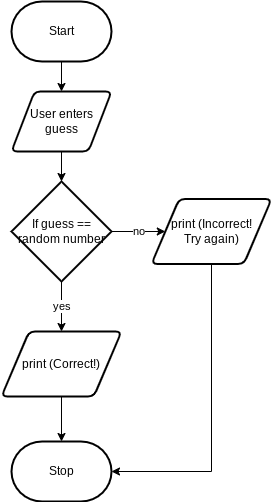
This is flowchart.png from joannesanthosh/ICS3U-Unit3-03-Python, a draw.io export, as it was before one commit. Source tidied: cells renumbered, new cells last; positions are measured from the earlier drawing's top-left corner, leaving out a move shared by most shapes.
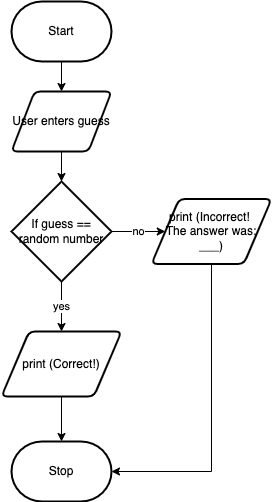
After the commit.

The edit, as a diff of the source:
```diff
@@ -26,7 +26,7 @@
     <mxCell id="9" style="edgeStyle=orthogonalEdgeStyle;html=1;exitX=0.5;exitY=1;exitDx=0;exitDy=0;entryX=1;entryY=0.5;entryDx=0;entryDy=0;entryPerimeter=0;rounded=0;" parent="1" edge="1" source="10" target="13">
       <mxGeometry relative="1" as="geometry" />
     </mxCell>
-    <mxCell id="10" value="print (Incorrect! &lt;br&gt;Try again)" style="shape=parallelogram;html=1;strokeWidth=2;perimeter=parallelogramPerimeter;whiteSpace=wrap;rounded=1;arcSize=12;size=0.23;" parent="1" vertex="1">
+    <mxCell id="10" value="print (Incorrect! &lt;br&gt;The answer was: ___)" style="shape=parallelogram;html=1;strokeWidth=2;perimeter=parallelogramPerimeter;whiteSpace=wrap;rounded=1;arcSize=12;size=0.23;" parent="1" vertex="1">
       <mxGeometry x="150" y="197.5" width="120" height="65" as="geometry" />
     </mxCell>
     <mxCell id="11" style="edgeStyle=none;html=1;exitX=0.5;exitY=1;exitDx=0;exitDy=0;entryX=0.5;entryY=0;entryDx=0;entryDy=0;entryPerimeter=0;" parent="1" edge="1" source="12" target="13">
```
